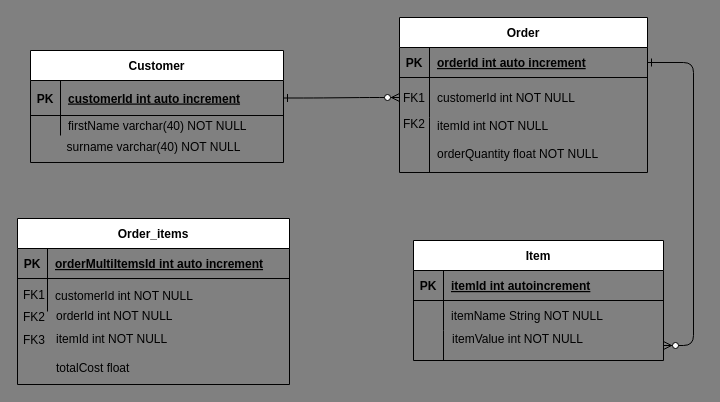
Above: Untitled Diagram.drawio in sarahkgh/IMS-Starter (draw.io), before the change. Source tidied: cells renumbered, new cells numbered last; positions are measured from the earlier drawing's top-left corner, leaving out a move shared by most shapes. Both pictures are drawn from the tidied source at 100%, with x=0, y=0 at pixel (17, 17).
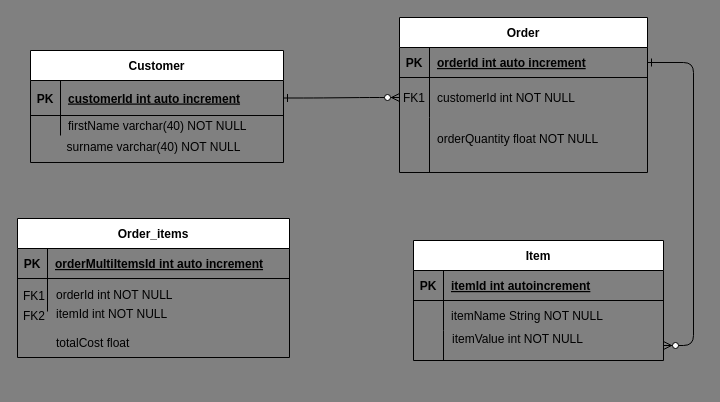
Above is the later version.

Commit message:
First draft ERD

Unchanged cells that the change refers to:
```xml
<mxCell id="11" style="shape=partialRectangle;fillColor=none;top=0;left=0;right=0;bottom=0;" parent="4" vertex="1">
  <mxGeometry y="100" width="248" height="55" as="geometry" />
</mxCell>
<mxCell id="35" style="shape=partialRectangle;fillColor=none;top=0;left=0;right=0;bottom=0;" parent="31" vertex="1">
  <mxGeometry y="60" width="272" height="33" as="geometry" />
</mxCell>
```

The edit, as a diff of the source:
```diff
@@
-    <mxCell id="13" value="itemId int NOT NULL&#10;&#10;orderQuantity float NOT NULL&#10;" style="shape=partialRectangle;overflow=hidden;fillColor=none;top=0;left=0;bottom=0;right=0;align=left;spacingLeft=6;" parent="11" vertex="1">
+    <mxCell id="13" value="orderQuantity float NOT NULL&#10;" style="shape=partialRectangle;overflow=hidden;fillColor=none;top=0;left=0;bottom=0;right=0;align=left;spacingLeft=6;" parent="11" vertex="1">
       <mxGeometry x="30" width="218" height="55" as="geometry" />
     </mxCell>
@@
     <mxCell id="31" value="Order_items" style="shape=table;startSize=30;childLayout=tableLayout;rowLines=0;fontStyle=1;align=center;" parent="1" vertex="1">
-      <mxGeometry y="201" width="272" height="166" as="geometry" />
+      <mxGeometry y="201" width="272" height="139" as="geometry" />
     </mxCell>
@@
-    <mxCell id="37" value="customerId int NOT NULL" style="shape=partialRectangle;overflow=hidden;fillColor=none;top=0;left=0;bottom=0;right=0;align=left;spacingLeft=6;" parent="35" vertex="1">
+    <mxCell id="37" style="shape=partialRectangle;overflow=hidden;fillColor=none;top=0;left=0;bottom=0;right=0;align=left;spacingLeft=6;" parent="35" vertex="1">
       <mxGeometry x="30" width="242" height="33" as="geometry" />
     </mxCell>
     <mxCell id="38" value="itemId int NOT NULL&lt;br&gt;&lt;br&gt;totalCost float" style="text;html=1;strokeColor=none;fillColor=none;align=left;verticalAlign=middle;whiteSpace=wrap;rounded=0;labelBackgroundColor=none;fontColor=#000000;" parent="1" vertex="1">
-      <mxGeometry x="37" y="309" width="205" height="53" as="geometry" />
+      <mxGeometry x="37" y="284" width="205" height="53" as="geometry" />
     </mxCell>
@@
     <mxCell id="41" value="&lt;span style=&quot;&quot;&gt;orderId int NOT NULL&lt;/span&gt;" style="text;html=1;strokeColor=none;fillColor=none;align=left;verticalAlign=middle;whiteSpace=wrap;rounded=0;labelBackgroundColor=none;fontColor=#000000;" parent="1" vertex="1">
-      <mxGeometry x="37" y="284" width="231" height="30" as="geometry" />
+      <mxGeometry x="37" y="263" width="231" height="30" as="geometry" />
     </mxCell>
-    <mxCell id="42" value="FK2" style="shape=partialRectangle;overflow=hidden;fillColor=none;top=0;left=0;bottom=0;right=0;" parent="1" vertex="1">
-      <mxGeometry x="382" y="86" width="30" height="40" as="geometry" />
-    </mxCell>
-    <mxCell id="43" value="FK1" style="shape=partialRectangle;overflow=hidden;fillColor=none;top=0;left=0;bottom=0;right=0;" parent="1" vertex="1">
-      <mxGeometry x="2" y="257" width="30" height="40" as="geometry" />
-    </mxCell>
-    <mxCell id="44" value="FK2" style="shape=partialRectangle;overflow=hidden;fillColor=none;top=0;left=0;bottom=0;right=0;" parent="1" vertex="1">
-      <mxGeometry x="2" y="279" width="30" height="40" as="geometry" />
+    <mxCell id="44" value="FK1" style="shape=partialRectangle;overflow=hidden;fillColor=none;top=0;left=0;bottom=0;right=0;" parent="1" vertex="1">
+      <mxGeometry x="2" y="258" width="30" height="40" as="geometry" />
     </mxCell>
-    <mxCell id="45" value="FK3" style="shape=partialRectangle;overflow=hidden;fillColor=none;top=0;left=0;bottom=0;right=0;" parent="1" vertex="1">
-      <mxGeometry x="2" y="302" width="30" height="40" as="geometry" />
+    <mxCell id="45" value="FK2" style="shape=partialRectangle;overflow=hidden;fillColor=none;top=0;left=0;bottom=0;right=0;" parent="1" vertex="1">
+      <mxGeometry x="2" y="278" width="30" height="40" as="geometry" />
     </mxCell>
```
